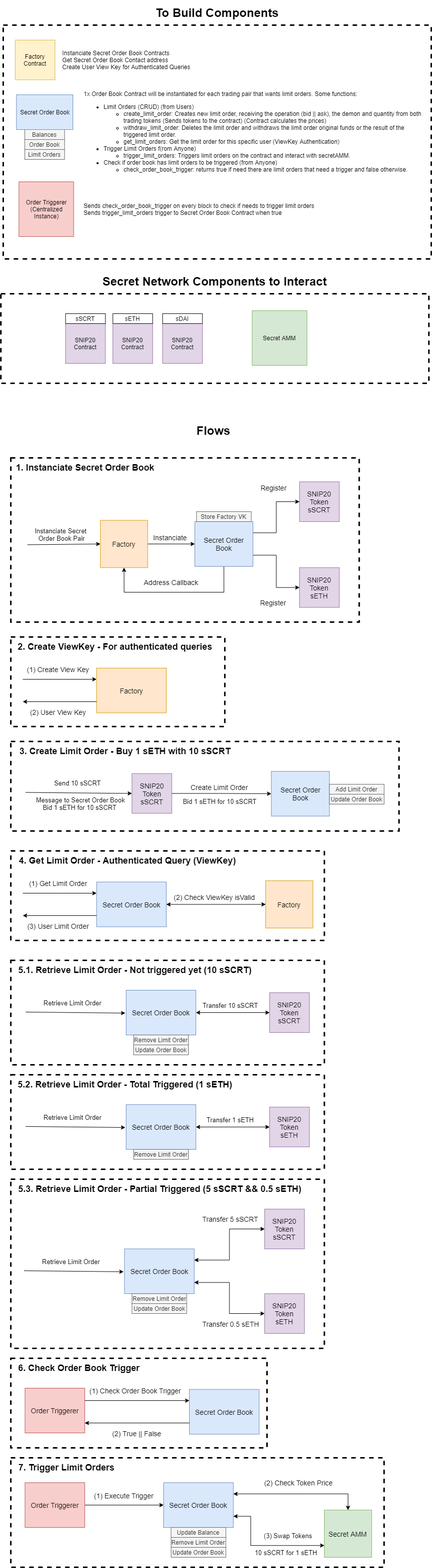
RandomUser42069/secret-amm-limit-orders keeps this draw.io diagram as docs/SecretAMM Limit Orders - Architecture and Flows.png. Above is the earlier version. Source tidied: cells renumbered, new cells last; positions are measured from the earlier drawing's top-left corner, leaving out a move shared by most shapes.
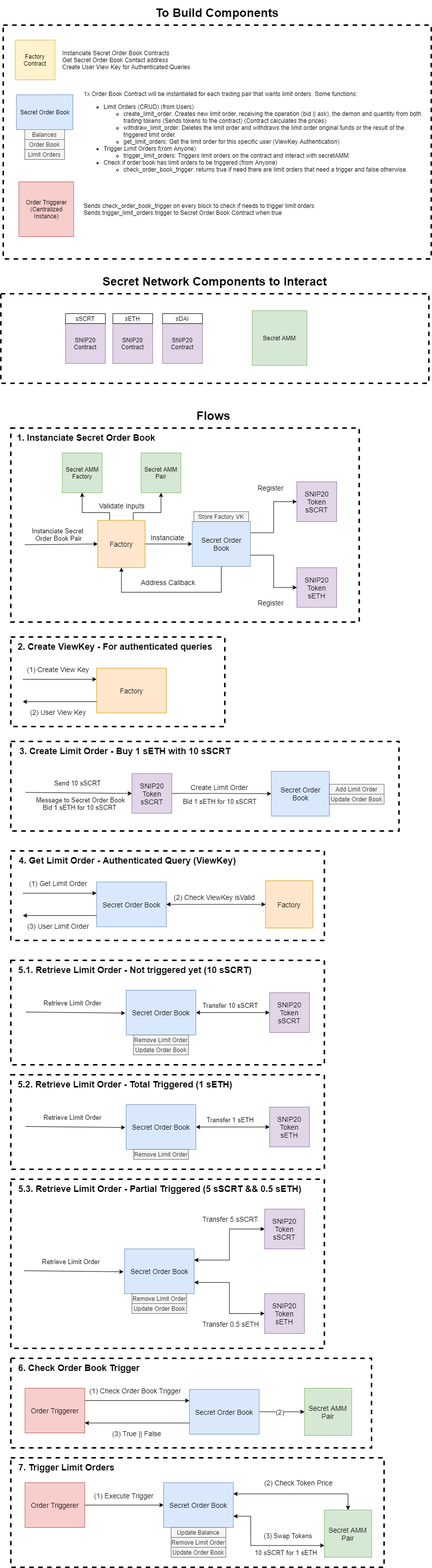
After the commit.

What changed in the source:
```diff
@@ -3,7 +3,7 @@
     <mxCell id="0" />
     <mxCell id="1" parent="0" />
     <mxCell id="2" style="rounded=0;whiteSpace=wrap;html=1;dashed=1;strokeWidth=3;" parent="1" vertex="1">
-      <mxGeometry x="20.2" y="920" width="700" height="330" as="geometry" />
+      <mxGeometry x="20.2" y="860" width="700" height="390" as="geometry" />
     </mxCell>
     <mxCell id="3" style="rounded=0;whiteSpace=wrap;html=1;dashed=1;strokeWidth=3;" parent="1" vertex="1">
       <mxGeometry x="0.2" y="590" width="860" height="180" as="geometry" />
@@ -66,13 +66,34 @@
       <mxGeometry x="31.5" y="190" width="113.5" height="70" as="geometry" />
     </mxCell>
     <mxCell id="23" value="&lt;b&gt;&lt;font style=&quot;font-size: 18px&quot;&gt;1. Instanciate Secret Order Book&lt;/font&gt;&lt;/b&gt;" style="text;html=1;strokeColor=none;fillColor=none;align=center;verticalAlign=middle;whiteSpace=wrap;rounded=0;dashed=1;" parent="1" vertex="1">
-      <mxGeometry x="0.2" y="930" width="340" height="20" as="geometry" />
+      <mxGeometry x="2.3" y="870" width="340" height="20" as="geometry" />
     </mxCell>
     <mxCell id="24" value="&lt;font style=&quot;font-size: 14px&quot;&gt;Instanciate&lt;/font&gt;" style="edgeStyle=orthogonalEdgeStyle;rounded=0;jettySize=auto;html=1;exitX=1;exitY=0.5;exitDx=0;exitDy=0;" parent="1" edge="1" source="25" target="32">
       <mxGeometry x="-0.05" y="13" relative="1" as="geometry" />
     </mxCell>
+    <mxCell id="122" style="edgeStyle=orthogonalEdgeStyle;rounded=0;jettySize=auto;html=1;exitX=0.25;exitY=0;exitDx=0;exitDy=0;entryX=0.5;entryY=1;entryDx=0;entryDy=0;" parent="1" edge="1" source="25" target="127">
+      <mxGeometry relative="1" as="geometry">
+        <Array as="points">
+          <mxPoint x="219" y="1030" />
+          <mxPoint x="164" y="1030" />
+        </Array>
+      </mxGeometry>
+    </mxCell>
+    <mxCell id="123" value="Validate Inputs" style="edgeLabel;html=1;align=center;verticalAlign=middle;fontSize=14;" parent="122" vertex="1">
+      <mxGeometry x="-0.2" y="3" relative="1" as="geometry">
+        <mxPoint x="52.2" y="-17.8" as="offset" />
+      </mxGeometry>
+    </mxCell>
+    <mxCell id="124" style="edgeStyle=orthogonalEdgeStyle;rounded=0;jettySize=auto;html=1;exitX=0.75;exitY=0;exitDx=0;exitDy=0;entryX=0.5;entryY=1;entryDx=0;entryDy=0;fontSize=14;" parent="1" edge="1" source="25" target="128">
+      <mxGeometry relative="1" as="geometry">
+        <Array as="points">
+          <mxPoint x="266" y="1030" />
+          <mxPoint x="322" y="1030" />
+        </Array>
+      </mxGeometry>
+    </mxCell>
     <mxCell id="25" value="&lt;font style=&quot;font-size: 14px&quot;&gt;Factory&lt;/font&gt;" style="whiteSpace=wrap;html=1;fillColor=#ffe6cc;strokeColor=#d79b00;" parent="1" vertex="1">
-      <mxGeometry x="200.2" y="1045.5" width="95" height="95" as="geometry" />
+      <mxGeometry x="195" y="1045.5" width="95" height="95" as="geometry" />
     </mxCell>
     <mxCell id="26" style="edgeStyle=orthogonalEdgeStyle;rounded=0;jettySize=auto;html=1;exitX=1;exitY=0.25;exitDx=0;exitDy=0;entryX=0;entryY=0.5;entryDx=0;entryDy=0;fontSize=13;" parent="1" edge="1" source="32" target="34">
       <mxGeometry relative="1" as="geometry" />
@@ -93,8 +114,8 @@
     <mxCell id="30" style="edgeStyle=orthogonalEdgeStyle;rounded=0;jettySize=auto;html=1;exitX=0.5;exitY=1;exitDx=0;exitDy=0;entryX=0.5;entryY=1;entryDx=0;entryDy=0;fontSize=14;" parent="1" edge="1" source="32" target="25">
       <mxGeometry relative="1" as="geometry">
         <Array as="points">
-          <mxPoint x="448.2" y="1190" />
-          <mxPoint x="248.2" y="1190" />
+          <mxPoint x="443" y="1190" />
+          <mxPoint x="243" y="1190" />
         </Array>
       </mxGeometry>
     </mxCell>
@@ -104,17 +125,17 @@
       </mxGeometry>
     </mxCell>
     <mxCell id="32" value="&lt;font style=&quot;font-size: 14px&quot;&gt;Secret Order Book&lt;/font&gt;" style="rounded=0;whiteSpace=wrap;html=1;fillColor=#dae8fc;strokeColor=#6c8ebf;" parent="1" vertex="1">
-      <mxGeometry x="390" y="1048" width="116.8" height="90" as="geometry" />
+      <mxGeometry x="384.8" y="1048" width="116.8" height="90" as="geometry" />
     </mxCell>
     <mxCell id="33" value="&lt;font style=&quot;font-size: 14px&quot;&gt;SNIP20&lt;br&gt;Token&lt;br&gt;sETH&lt;br&gt;&lt;/font&gt;" style="whiteSpace=wrap;html=1;fillColor=#e1d5e7;strokeColor=#9673a6;" parent="1" vertex="1">
-      <mxGeometry x="600.2" y="1140.5" width="80" height="80" as="geometry" />
+      <mxGeometry x="595" y="1140.5" width="80" height="80" as="geometry" />
     </mxCell>
     <mxCell id="34" value="&lt;font style=&quot;font-size: 14px&quot;&gt;SNIP20&lt;br&gt;Token&lt;br&gt;sSCRT&lt;br&gt;&lt;/font&gt;" style="whiteSpace=wrap;html=1;fillColor=#e1d5e7;strokeColor=#9673a6;" parent="1" vertex="1">
-      <mxGeometry x="600.2" y="968" width="80" height="80" as="geometry" />
+      <mxGeometry x="595" y="968" width="80" height="80" as="geometry" />
     </mxCell>
     <mxCell id="35" style="endArrow=classic;html=1;entryX=0;entryY=0.5;entryDx=0;entryDy=0;" parent="1" edge="1" target="25">
       <mxGeometry relative="1" as="geometry">
-        <mxPoint x="53.5" y="1094.5" as="sourcePoint" />
+        <mxPoint x="48.2" y="1094.5" as="sourcePoint" />
       </mxGeometry>
     </mxCell>
     <mxCell id="36" value="Instanciate Secret &lt;br style=&quot;font-size: 13px;&quot;&gt;Order Book Pair" style="edgeLabel;html=1;align=center;verticalAlign=middle;fontStyle=0;fontSize=13;" parent="35" vertex="1">
@@ -156,7 +177,7 @@
       <mxGeometry x="361.6" y="1599.5" width="160" height="20" as="geometry" />
     </mxCell>
     <mxCell id="46" value="Store Factory VK" style="rounded=0;whiteSpace=wrap;html=1;strokeWidth=1;fontSize=12;fillColor=#f5f5f5;strokeColor=#666666;fontColor=#333333;" parent="1" vertex="1">
-      <mxGeometry x="393.4" y="1028" width="110" height="20" as="geometry" />
+      <mxGeometry x="388.1" y="1028" width="110" height="20" as="geometry" />
     </mxCell>
     <mxCell id="47" value="Add Limit Order" style="rounded=0;whiteSpace=wrap;html=1;strokeWidth=1;fontSize=12;fillColor=#f5f5f5;strokeColor=#666666;fontColor=#333333;" parent="1" vertex="1">
       <mxGeometry x="660.4" y="1576" width="110" height="20" as="geometry" />
@@ -376,7 +397,7 @@
     <mxCell id="102" value="&lt;font style=&quot;font-size: 14px&quot;&gt;Secret Order Book&lt;/font&gt;" style="rounded=0;whiteSpace=wrap;html=1;fillColor=#dae8fc;strokeColor=#6c8ebf;" parent="1" vertex="1">
       <mxGeometry x="327.2" y="2980" width="140.1" height="90" as="geometry" />
     </mxCell>
-    <mxCell id="103" value="&lt;font style=&quot;font-size: 14px&quot;&gt;Secret AMM&lt;br&gt;&lt;/font&gt;" style="whiteSpace=wrap;html=1;fillColor=#d5e8d4;strokeColor=#82b366;" parent="1" vertex="1">
+    <mxCell id="103" value="&lt;font style=&quot;font-size: 14px&quot;&gt;Secret AMM&lt;br&gt;Pair&lt;br&gt;&lt;/font&gt;" style="whiteSpace=wrap;html=1;fillColor=#d5e8d4;strokeColor=#82b366;" parent="1" vertex="1">
       <mxGeometry x="650.2" y="3035" width="95" height="95" as="geometry" />
     </mxCell>
     <mxCell id="104" value="Update Balance" style="rounded=0;whiteSpace=wrap;html=1;strokeWidth=1;fontSize=12;fillColor=#f5f5f5;strokeColor=#666666;fontColor=#333333;" parent="1" vertex="1">
@@ -408,11 +429,19 @@
       </mxGeometry>
     </mxCell>
     <mxCell id="112" style="rounded=0;whiteSpace=wrap;html=1;dashed=1;strokeWidth=3;" parent="1" vertex="1">
-      <mxGeometry x="20.2" y="2730" width="514.8" height="180" as="geometry" />
+      <mxGeometry x="20.2" y="2730" width="724.8" height="180" as="geometry" />
     </mxCell>
     <mxCell id="113" value="&lt;b&gt;&lt;font style=&quot;font-size: 18px&quot;&gt;6. Check Order Book Trigger&lt;br&gt;&lt;/font&gt;&lt;/b&gt;" style="text;html=1;strokeColor=none;fillColor=none;align=center;verticalAlign=middle;whiteSpace=wrap;rounded=0;dashed=1;" parent="1" vertex="1">
       <mxGeometry x="30.2" y="2740" width="254.8" height="20" as="geometry" />
     </mxCell>
+    <mxCell id="125" style="edgeStyle=orthogonalEdgeStyle;rounded=0;jettySize=auto;html=1;exitX=1;exitY=0.5;exitDx=0;exitDy=0;fontSize=14;" parent="1" edge="1" source="114" target="129">
+      <mxGeometry relative="1" as="geometry" />
+    </mxCell>
+    <mxCell id="126" value="(2)" style="edgeLabel;html=1;align=center;verticalAlign=middle;fontSize=14;" parent="125" vertex="1">
+      <mxGeometry x="0.27" relative="1" as="geometry">
+        <mxPoint x="-16.9" as="offset" />
+      </mxGeometry>
+    </mxCell>
     <mxCell id="114" value="&lt;font style=&quot;font-size: 14px&quot;&gt;Secret Order Book&lt;/font&gt;" style="rounded=0;whiteSpace=wrap;html=1;fillColor=#dae8fc;strokeColor=#6c8ebf;" parent="1" vertex="1">
       <mxGeometry x="379" y="2792.5" width="140.1" height="90" as="geometry" />
     </mxCell>
@@ -431,7 +460,7 @@
         <mxPoint x="168.8" y="2860" as="sourcePoint" />
       </mxGeometry>
     </mxCell>
-    <mxCell id="118" value="(2) True || False" style="edgeLabel;html=1;align=center;verticalAlign=middle;fontStyle=0;fontSize=14;" parent="117" vertex="1">
+    <mxCell id="118" value="(3) True || False" style="edgeLabel;html=1;align=center;verticalAlign=middle;fontStyle=0;fontSize=14;" parent="117" vertex="1">
       <mxGeometry x="0.49" y="1" relative="1" as="geometry">
         <mxPoint x="-53" y="21" as="offset" />
       </mxGeometry>
@@ -440,10 +469,19 @@
       <mxGeometry x="48.8" y="2790" width="120" height="90" as="geometry" />
     </mxCell>
     <mxCell id="120" value="&lt;b&gt;&lt;font style=&quot;font-size: 24px&quot;&gt;Flows&lt;/font&gt;&lt;/b&gt;" style="text;html=1;strokeColor=none;fillColor=none;align=center;verticalAlign=middle;whiteSpace=wrap;rounded=0;" parent="1" vertex="1">
-      <mxGeometry x="0.2" y="840" width="854.8" height="50" as="geometry" />
+      <mxGeometry x="0.2" y="810" width="854.8" height="50" as="geometry" />
     </mxCell>
     <mxCell id="121" value="Remove Limit Order" style="rounded=0;whiteSpace=wrap;html=1;strokeWidth=1;fontSize=12;fillColor=#f5f5f5;strokeColor=#666666;fontColor=#333333;" parent="1" vertex="1">
       <mxGeometry x="267" y="2310" width="110" height="20" as="geometry" />
     </mxCell>
+    <mxCell id="127" value="Secret AMM&lt;br&gt;Factory" style="whiteSpace=wrap;html=1;fillColor=#d5e8d4;strokeColor=#82b366;" parent="1" vertex="1">
+      <mxGeometry x="123.6" y="910" width="80" height="80" as="geometry" />
+    </mxCell>
+    <mxCell id="128" value="Secret AMM&lt;br&gt;Pair" style="whiteSpace=wrap;html=1;fillColor=#d5e8d4;strokeColor=#82b366;" parent="1" vertex="1">
+      <mxGeometry x="282" y="910" width="80" height="80" as="geometry" />
+    </mxCell>
+    <mxCell id="129" value="&lt;font style=&quot;font-size: 14px&quot;&gt;Secret AMM&lt;br&gt;Pair&lt;br&gt;&lt;/font&gt;" style="whiteSpace=wrap;html=1;fillColor=#d5e8d4;strokeColor=#82b366;" parent="1" vertex="1">
+      <mxGeometry x="610.2" y="2790" width="95" height="95" as="geometry" />
+    </mxCell>
   </root>
 </mxGraphModel>
```
